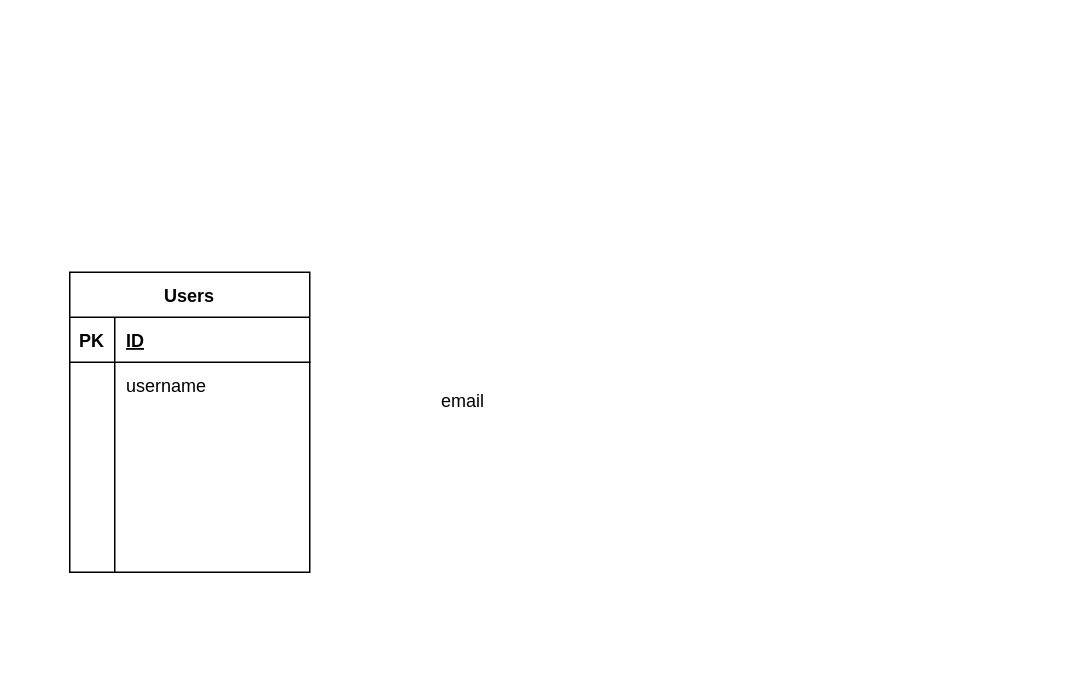
The draw.io diagram 名称未設定ファイル.drawio in honsu1004/travel-editor, before the edit. Source tidied: cells renumbered, new cells numbered last; positions are measured from the earlier drawing's top-left corner, leaving out a move shared by most shapes. Both pictures are drawn from the tidied source at 150%, with x=0, y=0 at pixel (69, 272).
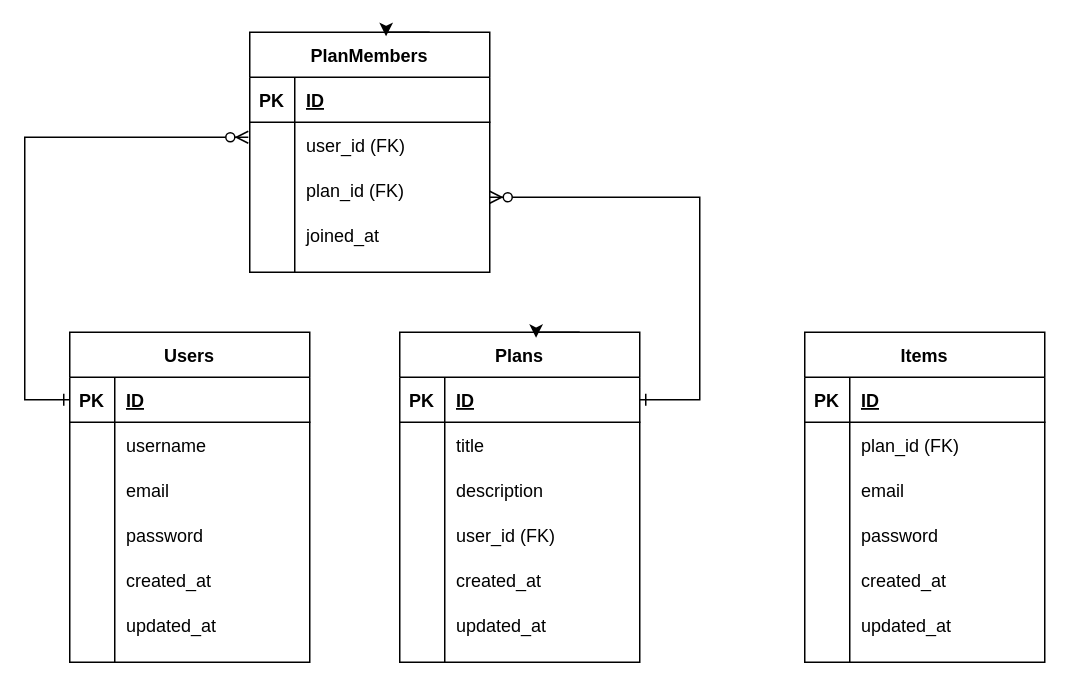
The same page after the edit.

Commit message:
名称未設定ファイル.drawio を更新します

The change refers to these unchanged cells:
```xml
<mxCell id="3" style="shape=partialRectangle;fillColor=none;points=[[0,0.5],[1,0.5]];portConstraint=eastwest;top=0;left=0;right=0;bottom=1;" parent="2" vertex="1">
  <mxGeometry y="30" width="160" height="30" as="geometry" />
</mxCell>
```

Change to the diagram source:
```diff
@@
+    <mxCell id="11" style="group;" parent="1" vertex="1">
+      <mxGeometry x="220" y="40" width="160" height="210" as="geometry" />
+    </mxCell>
+    <mxCell id="12" style="group;" parent="11" vertex="1">
+      <mxGeometry width="160" height="220" as="geometry" />
+    </mxCell>
+    <mxCell id="13" value="Plans" style="shape=table;startSize=30;childLayout=tableLayout;rowLines=0;fontStyle=1;align=center;" parent="12" vertex="1">
+      <mxGeometry width="160" height="220" as="geometry" />
+    </mxCell>
+    <mxCell id="14" style="shape=partialRectangle;fillColor=none;points=[[0,0.5],[1,0.5]];portConstraint=eastwest;top=0;left=0;right=0;bottom=1;" parent="13" vertex="1">
+      <mxGeometry y="30" width="160" height="30" as="geometry" />
+    </mxCell>
+    <mxCell id="15" value="PK" style="shape=partialRectangle;overflow=hidden;fillColor=none;top=0;left=0;bottom=0;right=0;fontStyle=1;" parent="14" vertex="1">
+      <mxGeometry width="30" height="30" as="geometry" />
+    </mxCell>
+    <mxCell id="16" value="ID" style="shape=partialRectangle;overflow=hidden;fillColor=none;top=0;left=0;bottom=0;right=0;align=left;spacingLeft=6;fontStyle=5;" parent="14" vertex="1">
+      <mxGeometry x="30" width="130" height="30" as="geometry" />
+    </mxCell>
+    <mxCell id="17" style="shape=partialRectangle;fillColor=none;top=0;left=0;right=0;bottom=0;" parent="13" vertex="1">
+      <mxGeometry y="60" width="160" height="160" as="geometry" />
+    </mxCell>
+    <mxCell id="18" style="shape=partialRectangle;overflow=hidden;fillColor=none;top=0;left=0;bottom=0;right=0;" parent="17" vertex="1">
+      <mxGeometry width="30" height="160" as="geometry" />
+    </mxCell>
+    <mxCell id="19" style="shape=partialRectangle;overflow=hidden;fillColor=none;top=0;left=0;bottom=0;right=0;align=left;spacingLeft=6;" parent="17" vertex="1">
+      <mxGeometry x="30" width="130" height="160" as="geometry" />
+    </mxCell>
+    <mxCell id="20" value="title" style="shape=partialRectangle;overflow=hidden;fillColor=none;top=0;left=0;bottom=0;right=0;align=left;spacingLeft=6;" parent="12" vertex="1">
+      <mxGeometry x="30" y="60" width="130" height="30" as="geometry" />
+    </mxCell>
+    <mxCell id="21" value="description" style="shape=partialRectangle;overflow=hidden;fillColor=none;top=0;left=0;bottom=0;right=0;align=left;spacingLeft=6;" parent="12" vertex="1">
+      <mxGeometry x="30" y="90" width="130" height="30" as="geometry" />
+    </mxCell>
+    <mxCell id="22" value="user_id (FK)" style="shape=partialRectangle;overflow=hidden;fillColor=none;top=0;left=0;bottom=0;right=0;align=left;spacingLeft=6;" parent="12" vertex="1">
+      <mxGeometry x="30" y="120" width="130" height="30" as="geometry" />
+    </mxCell>
+    <mxCell id="23" value="created_at" style="shape=partialRectangle;overflow=hidden;fillColor=none;top=0;left=0;bottom=0;right=0;align=left;spacingLeft=6;" parent="12" vertex="1">
+      <mxGeometry x="30" y="150" width="130" height="30" as="geometry" />
+    </mxCell>
+    <mxCell id="24" value="updated_at" style="shape=partialRectangle;overflow=hidden;fillColor=none;top=0;left=0;bottom=0;right=0;align=left;spacingLeft=6;" parent="12" vertex="1">
+      <mxGeometry x="30" y="180" width="130" height="30" as="geometry" />
+    </mxCell>
+    <mxCell id="25" style="edgeStyle=orthogonalEdgeStyle;rounded=0;orthogonalLoop=1;jettySize=auto;html=1;exitX=0.75;exitY=0;exitDx=0;exitDy=0;entryX=0.568;entryY=0.017;entryDx=0;entryDy=0;entryPerimeter=0;" parent="12" edge="1" source="13" target="13">
+      <mxGeometry relative="1" as="geometry" />
+    </mxCell>
+    <mxCell id="26" style="group;" parent="1" vertex="1">
+      <mxGeometry y="40" width="160" height="220" as="geometry" />
+    </mxCell>
-    <mxCell id="2" value="Users" style="shape=table;startSize=30;childLayout=tableLayout;rowLines=0;fontStyle=1;align=center;" parent="1" vertex="1">
-      <mxGeometry width="160" height="200" as="geometry" />
+    <mxCell id="2" value="Users" style="shape=table;startSize=30;childLayout=tableLayout;rowLines=0;fontStyle=1;align=center;" parent="26" vertex="1">
+      <mxGeometry width="160" height="220" as="geometry" />
     </mxCell>
@@
     <mxCell id="6" style="shape=partialRectangle;fillColor=none;top=0;left=0;right=0;bottom=0;" parent="2" vertex="1">
-      <mxGeometry y="60" width="160" height="140" as="geometry" />
+      <mxGeometry y="60" width="160" height="160" as="geometry" />
     </mxCell>
     <mxCell id="7" style="shape=partialRectangle;overflow=hidden;fillColor=none;top=0;left=0;bottom=0;right=0;" parent="6" vertex="1">
-      <mxGeometry width="30" height="140" as="geometry" />
+      <mxGeometry width="30" height="160" as="geometry" />
     </mxCell>
     <mxCell id="8" style="shape=partialRectangle;overflow=hidden;fillColor=none;top=0;left=0;bottom=0;right=0;align=left;spacingLeft=6;" parent="6" vertex="1">
-      <mxGeometry x="30" width="130" height="140" as="geometry" />
+      <mxGeometry x="30" width="130" height="160" as="geometry" />
     </mxCell>
-    <mxCell id="9" value="username" style="shape=partialRectangle;overflow=hidden;fillColor=none;top=0;left=0;bottom=0;right=0;align=left;spacingLeft=6;" parent="1" vertex="1">
+    <mxCell id="9" value="username" style="shape=partialRectangle;overflow=hidden;fillColor=none;top=0;left=0;bottom=0;right=0;align=left;spacingLeft=6;" parent="26" vertex="1">
       <mxGeometry x="30" y="60" width="130" height="30" as="geometry" />
     </mxCell>
-    <mxCell id="10" value="email" style="shape=partialRectangle;overflow=hidden;fillColor=none;top=0;left=0;bottom=0;right=0;align=left;spacingLeft=6;" parent="1" vertex="1">
-      <mxGeometry x="240" y="70" width="140" height="30" as="geometry" />
+    <mxCell id="10" value="email" style="shape=partialRectangle;overflow=hidden;fillColor=none;top=0;left=0;bottom=0;right=0;align=left;spacingLeft=6;" parent="26" vertex="1">
+      <mxGeometry x="30" y="90" width="130" height="30" as="geometry" />
     </mxCell>
+    <mxCell id="27" value="password" style="shape=partialRectangle;overflow=hidden;fillColor=none;top=0;left=0;bottom=0;right=0;align=left;spacingLeft=6;" parent="26" vertex="1">
+      <mxGeometry x="30" y="120" width="130" height="30" as="geometry" />
+    </mxCell>
+    <mxCell id="28" value="created_at" style="shape=partialRectangle;overflow=hidden;fillColor=none;top=0;left=0;bottom=0;right=0;align=left;spacingLeft=6;" parent="26" vertex="1">
+      <mxGeometry x="30" y="150" width="130" height="30" as="geometry" />
+    </mxCell>
+    <mxCell id="29" value="updated_at" style="shape=partialRectangle;overflow=hidden;fillColor=none;top=0;left=0;bottom=0;right=0;align=left;spacingLeft=6;" parent="26" vertex="1">
+      <mxGeometry x="30" y="180" width="130" height="30" as="geometry" />
+    </mxCell>
+    <mxCell id="30" style="group;" parent="1" vertex="1">
+      <mxGeometry x="130" y="-200" width="160" height="210" as="geometry" />
+    </mxCell>
+    <mxCell id="31" style="group;" parent="30" vertex="1">
+      <mxGeometry width="160" height="220" as="geometry" />
+    </mxCell>
+    <mxCell id="32" style="group;" parent="31" vertex="1">
+      <mxGeometry x="-10" y="40" width="160" height="160" as="geometry" />
+    </mxCell>
+    <mxCell id="33" value="PlanMembers" style="shape=table;startSize=30;childLayout=tableLayout;rowLines=0;fontStyle=1;align=center;" parent="32" vertex="1">
+      <mxGeometry width="160" height="160" as="geometry" />
+    </mxCell>
+    <mxCell id="34" style="shape=partialRectangle;fillColor=none;top=0;left=0;right=0;bottom=1;" parent="33" vertex="1">
+      <mxGeometry y="30" width="160" height="30" as="geometry" />
+    </mxCell>
+    <mxCell id="35" value="PK" style="shape=partialRectangle;overflow=hidden;fillColor=none;top=0;left=0;bottom=0;right=0;fontStyle=1;" parent="34" vertex="1">
+      <mxGeometry width="30" height="30" as="geometry" />
+    </mxCell>
+    <mxCell id="36" value="ID" style="shape=partialRectangle;overflow=hidden;fillColor=none;top=0;left=0;bottom=0;right=0;align=left;spacingLeft=6;fontStyle=5;" parent="34" vertex="1">
+      <mxGeometry x="30" width="130" height="30" as="geometry" />
+    </mxCell>
+    <mxCell id="37" style="shape=partialRectangle;fillColor=none;points=[[0,0.5],[1,0.5]];portConstraint=eastwest;top=0;left=0;right=0;bottom=0;" parent="33" vertex="1">
+      <mxGeometry y="60" width="160" height="100" as="geometry" />
+    </mxCell>
+    <mxCell id="38" style="shape=partialRectangle;overflow=hidden;fillColor=none;top=0;left=0;bottom=0;right=0;" parent="37" vertex="1">
+      <mxGeometry width="30" height="100" as="geometry" />
+    </mxCell>
+    <mxCell id="39" style="shape=partialRectangle;overflow=hidden;fillColor=none;top=0;left=0;bottom=0;right=0;align=left;spacingLeft=6;" parent="37" vertex="1">
+      <mxGeometry x="30" width="130" height="100" as="geometry" />
+    </mxCell>
+    <mxCell id="40" value="user_id (FK)" style="shape=partialRectangle;overflow=hidden;fillColor=none;top=0;left=0;bottom=0;right=0;align=left;spacingLeft=6;" parent="32" vertex="1">
+      <mxGeometry x="30" y="60" width="130" height="30" as="geometry" />
+    </mxCell>
+    <mxCell id="41" value="plan_id (FK)" style="shape=partialRectangle;overflow=hidden;fillColor=none;top=0;left=0;bottom=0;right=0;align=left;spacingLeft=6;" parent="32" vertex="1">
+      <mxGeometry x="30" y="90" width="130" height="30" as="geometry" />
+    </mxCell>
+    <mxCell id="42" value="joined_at" style="shape=partialRectangle;overflow=hidden;fillColor=none;top=0;left=0;bottom=0;right=0;align=left;spacingLeft=6;" parent="32" vertex="1">
+      <mxGeometry x="30" y="120" width="130" height="30" as="geometry" />
+    </mxCell>
+    <mxCell id="43" style="edgeStyle=orthogonalEdgeStyle;rounded=0;orthogonalLoop=1;jettySize=auto;html=1;exitX=0.75;exitY=0;exitDx=0;exitDy=0;entryX=0.568;entryY=0.017;entryDx=0;entryDy=0;entryPerimeter=0;" parent="32" edge="1" source="33" target="33">
+      <mxGeometry relative="1" as="geometry" />
+    </mxCell>
+    <mxCell id="44" style="endArrow=ERzeroToMany;startArrow=ERone;endFill=1;startFill=0;rounded=0;edgeStyle=orthogonalEdgeStyle;elbow=vertical;exitX=0;exitY=0.5;exitDx=0;exitDy=0;entryX=-0.006;entryY=0.1;entryDx=0;entryDy=0;entryPerimeter=0;" parent="1" edge="1" source="3" target="37">
+      <mxGeometry relative="1" as="geometry">
+        <Array as="points">
+          <mxPoint x="-30" y="85" />
+          <mxPoint x="-30" y="-90" />
+        </Array>
+      </mxGeometry>
+    </mxCell>
+    <mxCell id="45" style="endArrow=ERzeroToMany;startArrow=ERone;endFill=1;startFill=0;rounded=0;edgeStyle=orthogonalEdgeStyle;elbow=vertical;exitX=1;exitY=0.5;exitDx=0;exitDy=0;" parent="1" edge="1" source="14">
+      <mxGeometry relative="1" as="geometry">
+        <mxPoint x="280" y="-50" as="targetPoint" />
+        <Array as="points">
+          <mxPoint x="420" y="85" />
+          <mxPoint x="420" y="-50" />
+        </Array>
+      </mxGeometry>
+    </mxCell>
+    <mxCell id="46" style="group;" parent="1" vertex="1">
+      <mxGeometry x="490" y="40" width="160" height="220" as="geometry" />
+    </mxCell>
+    <mxCell id="47" value="Items" style="shape=table;startSize=30;childLayout=tableLayout;rowLines=0;fontStyle=1;align=center;" parent="46" vertex="1">
+      <mxGeometry width="160" height="220" as="geometry" />
+    </mxCell>
+    <mxCell id="48" style="shape=partialRectangle;fillColor=none;top=0;left=0;right=0;bottom=1;" parent="47" vertex="1">
+      <mxGeometry y="30" width="160" height="30" as="geometry" />
+    </mxCell>
+    <mxCell id="49" value="PK" style="shape=partialRectangle;overflow=hidden;fillColor=none;top=0;left=0;bottom=0;right=0;fontStyle=1;" parent="48" vertex="1">
+      <mxGeometry width="30" height="30" as="geometry" />
+    </mxCell>
+    <mxCell id="50" value="ID" style="shape=partialRectangle;overflow=hidden;fillColor=none;top=0;left=0;bottom=0;right=0;align=left;spacingLeft=6;fontStyle=5;" parent="48" vertex="1">
+      <mxGeometry x="30" width="130" height="30" as="geometry" />
+    </mxCell>
+    <mxCell id="51" style="shape=partialRectangle;fillColor=none;top=0;left=0;right=0;bottom=0;" parent="47" vertex="1">
+      <mxGeometry y="60" width="160" height="160" as="geometry" />
+    </mxCell>
+    <mxCell id="52" style="shape=partialRectangle;overflow=hidden;fillColor=none;top=0;left=0;bottom=0;right=0;" parent="51" vertex="1">
+      <mxGeometry width="30" height="160" as="geometry" />
+    </mxCell>
+    <mxCell id="53" style="shape=partialRectangle;overflow=hidden;fillColor=none;top=0;left=0;bottom=0;right=0;align=left;spacingLeft=6;" parent="51" vertex="1">
+      <mxGeometry x="30" width="130" height="160" as="geometry" />
+    </mxCell>
+    <mxCell id="54" value="plan_id (FK)" style="shape=partialRectangle;overflow=hidden;fillColor=none;top=0;left=0;bottom=0;right=0;align=left;spacingLeft=6;" parent="46" vertex="1">
+      <mxGeometry x="30" y="60" width="130" height="30" as="geometry" />
+    </mxCell>
+    <mxCell id="55" value="email" style="shape=partialRectangle;overflow=hidden;fillColor=none;top=0;left=0;bottom=0;right=0;align=left;spacingLeft=6;" parent="46" vertex="1">
+      <mxGeometry x="30" y="90" width="130" height="30" as="geometry" />
+    </mxCell>
+    <mxCell id="56" value="password" style="shape=partialRectangle;overflow=hidden;fillColor=none;top=0;left=0;bottom=0;right=0;align=left;spacingLeft=6;" parent="46" vertex="1">
+      <mxGeometry x="30" y="120" width="130" height="30" as="geometry" />
+    </mxCell>
+    <mxCell id="57" value="created_at" style="shape=partialRectangle;overflow=hidden;fillColor=none;top=0;left=0;bottom=0;right=0;align=left;spacingLeft=6;" parent="46" vertex="1">
+      <mxGeometry x="30" y="150" width="130" height="30" as="geometry" />
+    </mxCell>
+    <mxCell id="58" value="updated_at" style="shape=partialRectangle;overflow=hidden;fillColor=none;top=0;left=0;bottom=0;right=0;align=left;spacingLeft=6;" parent="46" vertex="1">
+      <mxGeometry x="30" y="180" width="130" height="30" as="geometry" />
+    </mxCell>
```
